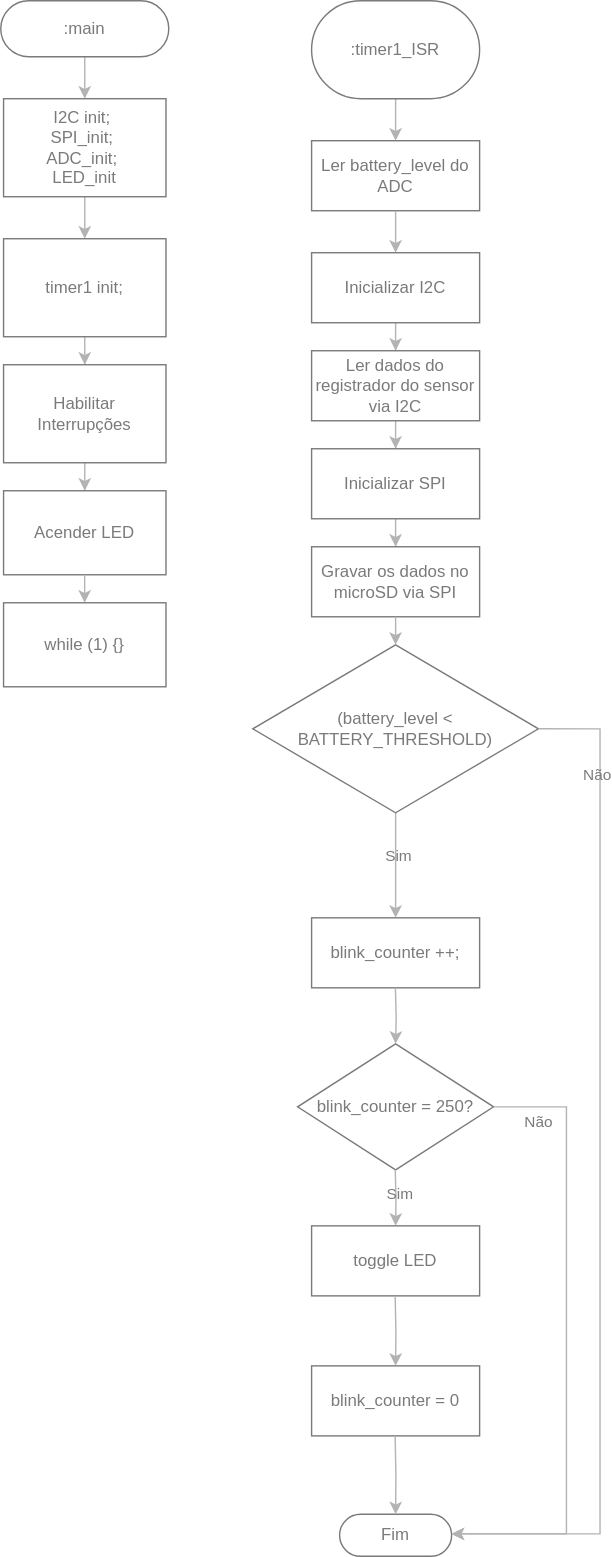
teaching-FEEC/ea075-2024.1 keeps this draw.io diagram as projetos/tennistracker/images/fluxchart_int.svg. Above is the earlier version. Source tidied: cells renumbered, new cells last; positions are measured from the earlier drawing's top-left corner, leaving out a move shared by most shapes.
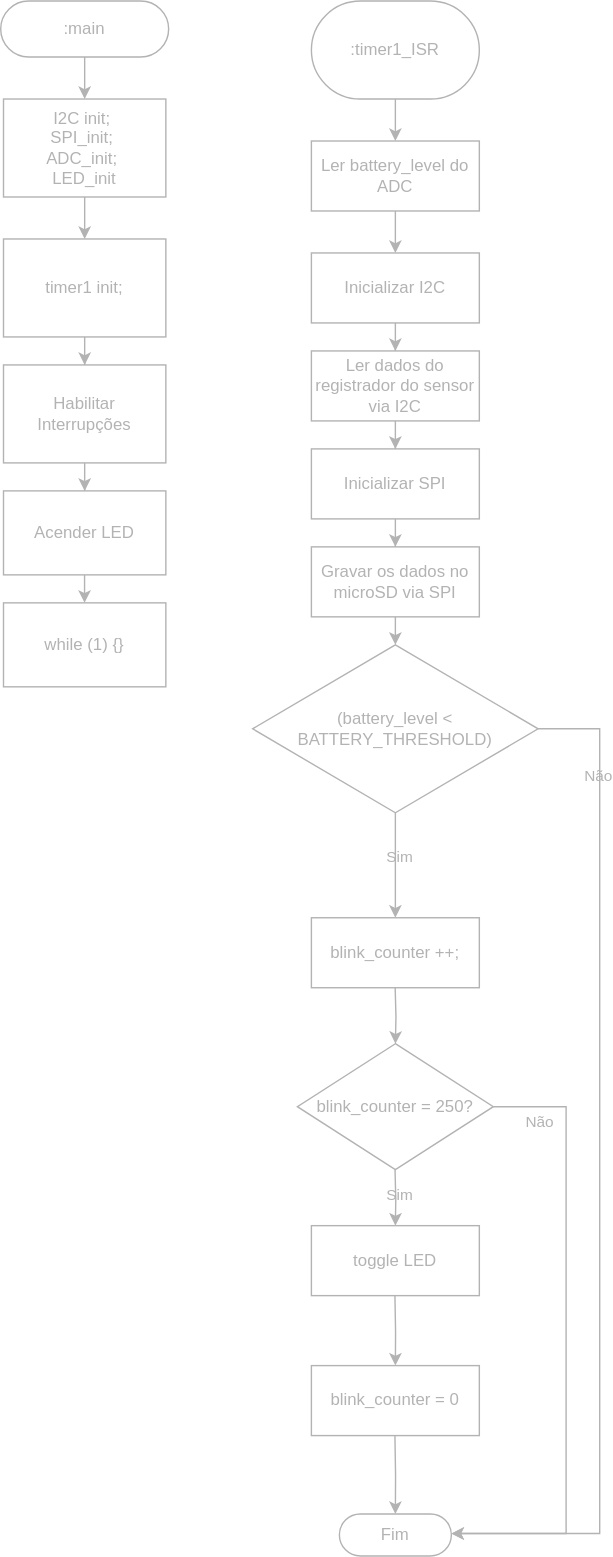
Above is the later version.

What changed in the source:
```diff
@@ -2,60 +2,60 @@
   <root>
     <mxCell id="0" />
     <mxCell id="1" parent="0" />
-    <mxCell id="2" style="edgeStyle=orthogonalEdgeStyle;rounded=0;jettySize=auto;html=1;entryX=0.5;entryY=0;entryDx=0;entryDy=0;strokeColor=#B3B3B3;" parent="1" edge="1" source="3" target="4">
+    <mxCell id="2" style="edgeStyle=orthogonalEdgeStyle;rounded=0;jettySize=auto;html=1;entryX=0.5;entryY=0;entryDx=0;entryDy=0;strokeColor=#B3B3B3;labelBackgroundColor=none;fontColor=#B3B3B3;" parent="1" edge="1" source="3" target="4">
       <mxGeometry relative="1" as="geometry" />
     </mxCell>
-    <mxCell id="3" value=":timer1_ISR" style="html=1;dashed=0;whiteSpace=wrap;shape=mxgraph.dfd.start;fillColor=none;strokeColor=#7A7A7A;fontColor=#7A7A7A;" parent="1" vertex="1">
+    <mxCell id="3" value=":timer1_ISR" style="html=1;dashed=0;whiteSpace=wrap;shape=mxgraph.dfd.start;fillColor=none;strokeColor=#B3B3B3;fontColor=#B3B3B3;labelBackgroundColor=none;" parent="1" vertex="1">
       <mxGeometry x="222" width="120" height="70" as="geometry" />
     </mxCell>
-    <mxCell id="4" value="Ler battery_level do ADC" style="html=1;dashed=0;whiteSpace=wrap;fillColor=none;strokeColor=#7A7A7A;fontColor=#7A7A7A;" parent="1" vertex="1">
+    <mxCell id="4" value="Ler battery_level do ADC" style="html=1;dashed=0;whiteSpace=wrap;fillColor=none;strokeColor=#B3B3B3;fontColor=#B3B3B3;labelBackgroundColor=none;" parent="1" vertex="1">
       <mxGeometry x="222" y="100" width="120" height="50" as="geometry" />
     </mxCell>
-    <mxCell id="5" value="blink_counter ++;" style="html=1;dashed=0;whiteSpace=wrap;fillColor=none;strokeColor=#7A7A7A;fontColor=#7A7A7A;" parent="1" vertex="1">
+    <mxCell id="5" value="blink_counter ++;" style="html=1;dashed=0;whiteSpace=wrap;fillColor=none;strokeColor=#B3B3B3;fontColor=#B3B3B3;labelBackgroundColor=none;" parent="1" vertex="1">
       <mxGeometry x="222" y="655" width="120" height="50" as="geometry" />
     </mxCell>
-    <mxCell id="6" value="Fim" style="html=1;dashed=0;whiteSpace=wrap;shape=mxgraph.dfd.start;fillColor=none;strokeColor=#7A7A7A;fontColor=#7A7A7A;" parent="1" vertex="1">
+    <mxCell id="6" value="Fim" style="html=1;dashed=0;whiteSpace=wrap;shape=mxgraph.dfd.start;fillColor=none;strokeColor=#B3B3B3;fontColor=#B3B3B3;labelBackgroundColor=none;" parent="1" vertex="1">
       <mxGeometry x="242" y="1081" width="80" height="30" as="geometry" />
     </mxCell>
-    <mxCell id="7" style="edgeStyle=orthogonalEdgeStyle;rounded=0;jettySize=auto;html=1;entryX=0.5;entryY=0;entryDx=0;entryDy=0;strokeColor=#B3B3B3;" parent="1" edge="1" source="8" target="10">
+    <mxCell id="7" style="edgeStyle=orthogonalEdgeStyle;rounded=0;jettySize=auto;html=1;entryX=0.5;entryY=0;entryDx=0;entryDy=0;strokeColor=#B3B3B3;labelBackgroundColor=none;fontColor=#B3B3B3;" parent="1" edge="1" source="8" target="10">
       <mxGeometry relative="1" as="geometry" />
     </mxCell>
-    <mxCell id="8" value=":main" style="html=1;dashed=0;whiteSpace=wrap;shape=mxgraph.dfd.start;fillColor=none;strokeColor=#7A7A7A;fontColor=#7A7A7A;" parent="1" vertex="1">
+    <mxCell id="8" value=":main" style="html=1;dashed=0;whiteSpace=wrap;shape=mxgraph.dfd.start;fillColor=none;strokeColor=#B3B3B3;fontColor=#B3B3B3;labelBackgroundColor=none;" parent="1" vertex="1">
       <mxGeometry width="120" height="40" as="geometry" />
     </mxCell>
-    <mxCell id="9" style="edgeStyle=orthogonalEdgeStyle;rounded=0;jettySize=auto;html=1;entryX=0.5;entryY=0;entryDx=0;entryDy=0;strokeColor=#B3B3B3;" parent="1" edge="1" source="10" target="12">
+    <mxCell id="9" style="edgeStyle=orthogonalEdgeStyle;rounded=0;jettySize=auto;html=1;entryX=0.5;entryY=0;entryDx=0;entryDy=0;strokeColor=#B3B3B3;labelBackgroundColor=none;fontColor=#B3B3B3;" parent="1" edge="1" source="10" target="12">
       <mxGeometry relative="1" as="geometry" />
     </mxCell>
-    <mxCell id="10" value="I2C init;&amp;nbsp;&lt;div&gt;SPI_init;&amp;nbsp;&lt;/div&gt;&lt;div&gt;ADC_init;&amp;nbsp;&lt;/div&gt;&lt;div&gt;LED_init&lt;/div&gt;" style="html=1;dashed=0;whiteSpace=wrap;fillColor=none;strokeColor=#7A7A7A;fontColor=#7A7A7A;" parent="1" vertex="1">
+    <mxCell id="10" value="I2C init;&amp;nbsp;&lt;div&gt;SPI_init;&amp;nbsp;&lt;/div&gt;&lt;div&gt;ADC_init;&amp;nbsp;&lt;/div&gt;&lt;div&gt;LED_init&lt;/div&gt;" style="html=1;dashed=0;whiteSpace=wrap;fillColor=none;strokeColor=#B3B3B3;fontColor=#B3B3B3;labelBackgroundColor=none;" parent="1" vertex="1">
       <mxGeometry x="2" y="70" width="116" height="70" as="geometry" />
     </mxCell>
-    <mxCell id="11" style="edgeStyle=orthogonalEdgeStyle;rounded=0;jettySize=auto;html=1;entryX=0.5;entryY=0;entryDx=0;entryDy=0;strokeColor=#B3B3B3;" parent="1" edge="1" source="12" target="14">
+    <mxCell id="11" style="edgeStyle=orthogonalEdgeStyle;rounded=0;jettySize=auto;html=1;entryX=0.5;entryY=0;entryDx=0;entryDy=0;strokeColor=#B3B3B3;labelBackgroundColor=none;fontColor=#B3B3B3;" parent="1" edge="1" source="12" target="14">
       <mxGeometry relative="1" as="geometry" />
     </mxCell>
-    <mxCell id="12" value="timer1 init;" style="html=1;dashed=0;whiteSpace=wrap;fillColor=none;strokeColor=#7A7A7A;fontColor=#7A7A7A;" parent="1" vertex="1">
+    <mxCell id="12" value="timer1 init;" style="html=1;dashed=0;whiteSpace=wrap;fillColor=none;strokeColor=#B3B3B3;fontColor=#B3B3B3;labelBackgroundColor=none;" parent="1" vertex="1">
       <mxGeometry x="2" y="170" width="116" height="70" as="geometry" />
     </mxCell>
-    <mxCell id="13" style="edgeStyle=orthogonalEdgeStyle;rounded=0;jettySize=auto;html=1;entryX=0.5;entryY=0;entryDx=0;entryDy=0;strokeColor=#B3B3B3;" parent="1" edge="1" source="14" target="15">
+    <mxCell id="13" style="edgeStyle=orthogonalEdgeStyle;rounded=0;jettySize=auto;html=1;entryX=0.5;entryY=0;entryDx=0;entryDy=0;strokeColor=#B3B3B3;labelBackgroundColor=none;fontColor=#B3B3B3;" parent="1" edge="1" source="14" target="15">
       <mxGeometry relative="1" as="geometry" />
     </mxCell>
-    <mxCell id="14" value="Habilitar Interrupções" style="html=1;dashed=0;whiteSpace=wrap;fillColor=none;strokeColor=#7A7A7A;fontColor=#7A7A7A;" parent="1" vertex="1">
+    <mxCell id="14" value="Habilitar Interrupções" style="html=1;dashed=0;whiteSpace=wrap;fillColor=none;strokeColor=#B3B3B3;fontColor=#B3B3B3;labelBackgroundColor=none;" parent="1" vertex="1">
       <mxGeometry x="2" y="260" width="116" height="70" as="geometry" />
     </mxCell>
-    <mxCell id="15" value="Acender LED" style="html=1;dashed=0;whiteSpace=wrap;fillColor=none;strokeColor=#7A7A7A;fontColor=#7A7A7A;" parent="1" vertex="1">
+    <mxCell id="15" value="Acender LED" style="html=1;dashed=0;whiteSpace=wrap;fillColor=none;strokeColor=#B3B3B3;fontColor=#B3B3B3;labelBackgroundColor=none;" parent="1" vertex="1">
       <mxGeometry x="2" y="350" width="116" height="60" as="geometry" />
     </mxCell>
-    <mxCell id="16" style="edgeStyle=orthogonalEdgeStyle;rounded=0;jettySize=auto;html=1;strokeColor=#B3B3B3;" parent="1" edge="1" source="18">
+    <mxCell id="16" style="edgeStyle=orthogonalEdgeStyle;rounded=0;jettySize=auto;html=1;strokeColor=#B3B3B3;labelBackgroundColor=none;fontColor=#B3B3B3;" parent="1" edge="1" source="18">
       <mxGeometry relative="1" as="geometry">
         <mxPoint x="282" y="655" as="targetPoint" />
       </mxGeometry>
     </mxCell>
-    <mxCell id="17" value="Sim" style="edgeLabel;html=1;align=center;verticalAlign=middle;labelBackgroundColor=none;fontColor=#7A7A7A;" parent="16" vertex="1">
+    <mxCell id="17" value="Sim" style="edgeLabel;html=1;align=center;verticalAlign=middle;labelBackgroundColor=none;fontColor=#B3B3B3;" parent="16" vertex="1">
       <mxGeometry x="-0.18" y="2" relative="1" as="geometry" />
     </mxCell>
-    <mxCell id="18" value="(battery_level &amp;lt; BATTERY_THRESHOLD)" style="shape=rhombus;html=1;dashed=0;whiteSpace=wrap;perimeter=rhombusPerimeter;fillColor=none;strokeColor=#7A7A7A;fontColor=#7A7A7A;" parent="1" vertex="1">
+    <mxCell id="18" value="(battery_level &amp;lt; BATTERY_THRESHOLD)" style="shape=rhombus;html=1;dashed=0;whiteSpace=wrap;perimeter=rhombusPerimeter;fillColor=none;strokeColor=#B3B3B3;fontColor=#B3B3B3;labelBackgroundColor=none;" parent="1" vertex="1">
       <mxGeometry x="180" y="460" width="204" height="120" as="geometry" />
     </mxCell>
-    <mxCell id="19" style="edgeStyle=orthogonalEdgeStyle;rounded=0;jettySize=auto;html=1;entryX=1;entryY=0.5;entryDx=0;entryDy=0;entryPerimeter=0;strokeColor=#B3B3B3;exitX=1;exitY=0.5;exitDx=0;exitDy=0;" parent="1" edge="1" source="18" target="6">
+    <mxCell id="19" style="edgeStyle=orthogonalEdgeStyle;rounded=0;jettySize=auto;html=1;entryX=1;entryY=0.5;entryDx=0;entryDy=0;entryPerimeter=0;strokeColor=#B3B3B3;exitX=1;exitY=0.5;exitDx=0;exitDy=0;labelBackgroundColor=none;fontColor=#B3B3B3;" parent="1" edge="1" source="18" target="6">
       <mxGeometry relative="1" as="geometry">
         <Array as="points">
           <mxPoint x="428" y="520" />
@@ -64,26 +64,26 @@
         </Array>
       </mxGeometry>
     </mxCell>
-    <mxCell id="20" value="Não" style="edgeLabel;html=1;align=center;verticalAlign=middle;labelBackgroundColor=none;fontColor=#7A7A7A;" parent="19" vertex="1">
+    <mxCell id="20" value="Não" style="edgeLabel;html=1;align=center;verticalAlign=middle;labelBackgroundColor=none;fontColor=#B3B3B3;" parent="19" vertex="1">
       <mxGeometry x="-0.69" y="-2" relative="1" as="geometry">
         <mxPoint y="-36" as="offset" />
       </mxGeometry>
     </mxCell>
-    <mxCell id="21" value="blink_counter = 250?" style="shape=rhombus;html=1;dashed=0;whiteSpace=wrap;perimeter=rhombusPerimeter;fillColor=none;strokeColor=#7A7A7A;fontColor=#7A7A7A;" parent="1" vertex="1">
+    <mxCell id="21" value="blink_counter = 250?" style="shape=rhombus;html=1;dashed=0;whiteSpace=wrap;perimeter=rhombusPerimeter;fillColor=none;strokeColor=#B3B3B3;fontColor=#B3B3B3;labelBackgroundColor=none;" parent="1" vertex="1">
       <mxGeometry x="212" y="745" width="140" height="90" as="geometry" />
     </mxCell>
-    <mxCell id="22" style="edgeStyle=orthogonalEdgeStyle;rounded=0;jettySize=auto;html=1;strokeColor=#B3B3B3;entryX=0.5;entryY=0;entryDx=0;entryDy=0;" parent="1" edge="1" target="24">
+    <mxCell id="22" style="edgeStyle=orthogonalEdgeStyle;rounded=0;jettySize=auto;html=1;strokeColor=#B3B3B3;entryX=0.5;entryY=0;entryDx=0;entryDy=0;labelBackgroundColor=none;fontColor=#B3B3B3;" parent="1" edge="1" target="24">
       <mxGeometry relative="1" as="geometry">
         <mxPoint x="281.8" y="835" as="sourcePoint" />
       </mxGeometry>
     </mxCell>
-    <mxCell id="23" value="Sim" style="edgeLabel;html=1;align=center;verticalAlign=middle;labelBackgroundColor=none;fontColor=#7A7A7A;" parent="22" vertex="1">
+    <mxCell id="23" value="Sim" style="edgeLabel;html=1;align=center;verticalAlign=middle;labelBackgroundColor=none;fontColor=#B3B3B3;" parent="22" vertex="1">
       <mxGeometry x="-0.18" y="2" relative="1" as="geometry" />
     </mxCell>
-    <mxCell id="24" value="toggle LED" style="html=1;dashed=0;whiteSpace=wrap;fillColor=none;strokeColor=#7A7A7A;fontColor=#7A7A7A;" parent="1" vertex="1">
+    <mxCell id="24" value="toggle LED" style="html=1;dashed=0;whiteSpace=wrap;fillColor=none;strokeColor=#B3B3B3;fontColor=#B3B3B3;labelBackgroundColor=none;" parent="1" vertex="1">
       <mxGeometry x="222" y="875" width="120" height="50" as="geometry" />
     </mxCell>
-    <mxCell id="25" style="edgeStyle=orthogonalEdgeStyle;rounded=0;jettySize=auto;html=1;entryX=1;entryY=0.5;entryDx=0;entryDy=0;entryPerimeter=0;strokeColor=#B3B3B3;exitX=1;exitY=0.5;exitDx=0;exitDy=0;" parent="1" edge="1" source="21" target="6">
+    <mxCell id="25" style="edgeStyle=orthogonalEdgeStyle;rounded=0;jettySize=auto;html=1;entryX=1;entryY=0.5;entryDx=0;entryDy=0;entryPerimeter=0;strokeColor=#B3B3B3;exitX=1;exitY=0.5;exitDx=0;exitDy=0;labelBackgroundColor=none;fontColor=#B3B3B3;" parent="1" edge="1" source="21" target="6">
       <mxGeometry relative="1" as="geometry">
         <Array as="points">
           <mxPoint x="404" y="790" />
@@ -92,61 +92,61 @@
         </Array>
       </mxGeometry>
     </mxCell>
-    <mxCell id="26" value="Não" style="edgeLabel;html=1;align=center;verticalAlign=middle;labelBackgroundColor=none;fontColor=#7A7A7A;" parent="25" vertex="1">
+    <mxCell id="26" value="Não" style="edgeLabel;html=1;align=center;verticalAlign=middle;labelBackgroundColor=none;fontColor=#B3B3B3;" parent="25" vertex="1">
       <mxGeometry x="-0.69" y="-2" relative="1" as="geometry">
         <mxPoint x="-18" y="-6" as="offset" />
       </mxGeometry>
     </mxCell>
-    <mxCell id="27" style="edgeStyle=orthogonalEdgeStyle;rounded=0;jettySize=auto;html=1;entryX=0.5;entryY=0;entryDx=0;entryDy=0;strokeColor=#B3B3B3;" parent="1" edge="1" target="21">
+    <mxCell id="27" style="edgeStyle=orthogonalEdgeStyle;rounded=0;jettySize=auto;html=1;entryX=0.5;entryY=0;entryDx=0;entryDy=0;strokeColor=#B3B3B3;labelBackgroundColor=none;fontColor=#B3B3B3;" parent="1" edge="1" target="21">
       <mxGeometry relative="1" as="geometry">
         <mxPoint x="281.9" y="705" as="sourcePoint" />
       </mxGeometry>
     </mxCell>
-    <mxCell id="28" style="edgeStyle=orthogonalEdgeStyle;rounded=0;jettySize=auto;html=1;entryX=0.5;entryY=0;entryDx=0;entryDy=0;strokeColor=#B3B3B3;" parent="1" edge="1" target="29">
+    <mxCell id="28" style="edgeStyle=orthogonalEdgeStyle;rounded=0;jettySize=auto;html=1;entryX=0.5;entryY=0;entryDx=0;entryDy=0;strokeColor=#B3B3B3;labelBackgroundColor=none;fontColor=#B3B3B3;" parent="1" edge="1" target="29">
       <mxGeometry relative="1" as="geometry">
         <mxPoint x="281.7" y="925" as="sourcePoint" />
       </mxGeometry>
     </mxCell>
-    <mxCell id="29" value="blink_counter = 0" style="html=1;dashed=0;whiteSpace=wrap;fillColor=none;strokeColor=#7A7A7A;fontColor=#7A7A7A;" parent="1" vertex="1">
+    <mxCell id="29" value="blink_counter = 0" style="html=1;dashed=0;whiteSpace=wrap;fillColor=none;strokeColor=#B3B3B3;fontColor=#B3B3B3;labelBackgroundColor=none;" parent="1" vertex="1">
       <mxGeometry x="222" y="975" width="120" height="50" as="geometry" />
     </mxCell>
-    <mxCell id="30" style="edgeStyle=orthogonalEdgeStyle;rounded=0;jettySize=auto;html=1;entryX=0.5;entryY=0.5;entryDx=0;entryDy=-15;strokeColor=#B3B3B3;entryPerimeter=0;" parent="1" edge="1" target="6">
+    <mxCell id="30" style="edgeStyle=orthogonalEdgeStyle;rounded=0;jettySize=auto;html=1;entryX=0.5;entryY=0.5;entryDx=0;entryDy=-15;strokeColor=#B3B3B3;entryPerimeter=0;labelBackgroundColor=none;fontColor=#B3B3B3;" parent="1" edge="1" target="6">
       <mxGeometry relative="1" as="geometry">
         <mxPoint x="281.7" y="1025" as="sourcePoint" />
       </mxGeometry>
     </mxCell>
-    <mxCell id="31" style="edgeStyle=orthogonalEdgeStyle;rounded=0;jettySize=auto;html=1;entryX=0.5;entryY=0;entryDx=0;entryDy=0;strokeColor=#B3B3B3;" parent="1" edge="1" target="33">
+    <mxCell id="31" style="edgeStyle=orthogonalEdgeStyle;rounded=0;jettySize=auto;html=1;entryX=0.5;entryY=0;entryDx=0;entryDy=0;strokeColor=#B3B3B3;labelBackgroundColor=none;fontColor=#B3B3B3;" parent="1" edge="1" target="33">
       <mxGeometry relative="1" as="geometry">
         <mxPoint x="282" y="150" as="sourcePoint" />
       </mxGeometry>
     </mxCell>
-    <mxCell id="32" style="edgeStyle=orthogonalEdgeStyle;rounded=0;jettySize=auto;html=1;entryX=0.5;entryY=0;entryDx=0;entryDy=0;strokeColor=#B3B3B3;" parent="1" edge="1" source="33" target="35">
+    <mxCell id="32" style="edgeStyle=orthogonalEdgeStyle;rounded=0;jettySize=auto;html=1;entryX=0.5;entryY=0;entryDx=0;entryDy=0;strokeColor=#B3B3B3;labelBackgroundColor=none;fontColor=#B3B3B3;" parent="1" edge="1" source="33" target="35">
       <mxGeometry relative="1" as="geometry" />
     </mxCell>
-    <mxCell id="33" value="Inicializar I2C" style="html=1;dashed=0;whiteSpace=wrap;fillColor=none;strokeColor=#7A7A7A;fontColor=#7A7A7A;" parent="1" vertex="1">
+    <mxCell id="33" value="Inicializar I2C" style="html=1;dashed=0;whiteSpace=wrap;fillColor=none;strokeColor=#B3B3B3;fontColor=#B3B3B3;labelBackgroundColor=none;" parent="1" vertex="1">
       <mxGeometry x="222" y="180" width="120" height="50" as="geometry" />
     </mxCell>
-    <mxCell id="34" style="edgeStyle=orthogonalEdgeStyle;rounded=0;jettySize=auto;html=1;entryX=0.5;entryY=0;entryDx=0;entryDy=0;strokeColor=#B3B3B3;" parent="1" edge="1" source="35" target="37">
+    <mxCell id="34" style="edgeStyle=orthogonalEdgeStyle;rounded=0;jettySize=auto;html=1;entryX=0.5;entryY=0;entryDx=0;entryDy=0;strokeColor=#B3B3B3;labelBackgroundColor=none;fontColor=#B3B3B3;" parent="1" edge="1" source="35" target="37">
       <mxGeometry relative="1" as="geometry" />
     </mxCell>
-    <mxCell id="35" value="Ler dados do registrador do sensor via I2C" style="html=1;dashed=0;whiteSpace=wrap;fillColor=none;strokeColor=#7A7A7A;fontColor=#7A7A7A;" parent="1" vertex="1">
+    <mxCell id="35" value="Ler dados do registrador do sensor via I2C" style="html=1;dashed=0;whiteSpace=wrap;fillColor=none;strokeColor=#B3B3B3;fontColor=#B3B3B3;labelBackgroundColor=none;" parent="1" vertex="1">
       <mxGeometry x="222" y="250" width="120" height="50" as="geometry" />
     </mxCell>
-    <mxCell id="36" style="edgeStyle=orthogonalEdgeStyle;rounded=0;jettySize=auto;html=1;entryX=0.5;entryY=0;entryDx=0;entryDy=0;strokeColor=#B3B3B3;" parent="1" edge="1" source="37" target="38">
+    <mxCell id="36" style="edgeStyle=orthogonalEdgeStyle;rounded=0;jettySize=auto;html=1;entryX=0.5;entryY=0;entryDx=0;entryDy=0;strokeColor=#B3B3B3;labelBackgroundColor=none;fontColor=#B3B3B3;" parent="1" edge="1" source="37" target="38">
       <mxGeometry relative="1" as="geometry" />
     </mxCell>
-    <mxCell id="37" value="Inicializar SPI" style="html=1;dashed=0;whiteSpace=wrap;fillColor=none;strokeColor=#7A7A7A;fontColor=#7A7A7A;" parent="1" vertex="1">
+    <mxCell id="37" value="Inicializar SPI" style="html=1;dashed=0;whiteSpace=wrap;fillColor=none;strokeColor=#B3B3B3;fontColor=#B3B3B3;labelBackgroundColor=none;" parent="1" vertex="1">
       <mxGeometry x="222" y="320" width="120" height="50" as="geometry" />
     </mxCell>
-    <mxCell id="38" value="Gravar os dados no microSD via SPI" style="html=1;dashed=0;whiteSpace=wrap;fillColor=none;strokeColor=#7A7A7A;fontColor=#7A7A7A;" parent="1" vertex="1">
+    <mxCell id="38" value="Gravar os dados no microSD via SPI" style="html=1;dashed=0;whiteSpace=wrap;fillColor=none;strokeColor=#B3B3B3;fontColor=#B3B3B3;labelBackgroundColor=none;" parent="1" vertex="1">
       <mxGeometry x="222" y="390" width="120" height="50" as="geometry" />
     </mxCell>
-    <mxCell id="39" style="edgeStyle=orthogonalEdgeStyle;rounded=0;jettySize=auto;html=1;entryX=0.5;entryY=0.5;entryDx=0;entryDy=-15;entryPerimeter=0;strokeColor=#B3B3B3;" parent="1" edge="1" source="38">
+    <mxCell id="39" style="edgeStyle=orthogonalEdgeStyle;rounded=0;jettySize=auto;html=1;entryX=0.5;entryY=0.5;entryDx=0;entryDy=-15;entryPerimeter=0;strokeColor=#B3B3B3;labelBackgroundColor=none;fontColor=#B3B3B3;" parent="1" edge="1" source="38">
       <mxGeometry relative="1" as="geometry">
         <mxPoint x="282" y="460" as="targetPoint" />
       </mxGeometry>
     </mxCell>
-    <mxCell id="40" style="edgeStyle=orthogonalEdgeStyle;rounded=0;orthogonalLoop=1;jettySize=auto;html=1;entryX=0.5;entryY=0;entryDx=0;entryDy=0;strokeColor=#B3B3B3;" parent="1" edge="1">
+    <mxCell id="40" style="edgeStyle=orthogonalEdgeStyle;rounded=0;orthogonalLoop=1;jettySize=auto;html=1;entryX=0.5;entryY=0;entryDx=0;entryDy=0;strokeColor=#B3B3B3;labelBackgroundColor=none;fontColor=#B3B3B3;" parent="1" edge="1">
       <mxGeometry relative="1" as="geometry">
         <mxPoint x="59.9" y="410" as="sourcePoint" />
         <mxPoint x="59.9" y="430" as="targetPoint" />
@@ -156,7 +156,7 @@
         </Array>
       </mxGeometry>
     </mxCell>
-    <mxCell id="41" value="while (1) {}" style="html=1;dashed=0;whiteSpace=wrap;fillColor=none;strokeColor=#7A7A7A;fontColor=#7A7A7A;" parent="1" vertex="1">
+    <mxCell id="41" value="while (1) {}" style="html=1;dashed=0;whiteSpace=wrap;fillColor=none;strokeColor=#B3B3B3;fontColor=#B3B3B3;labelBackgroundColor=none;" parent="1" vertex="1">
       <mxGeometry x="2" y="430" width="116" height="60" as="geometry" />
     </mxCell>
   </root>
```
